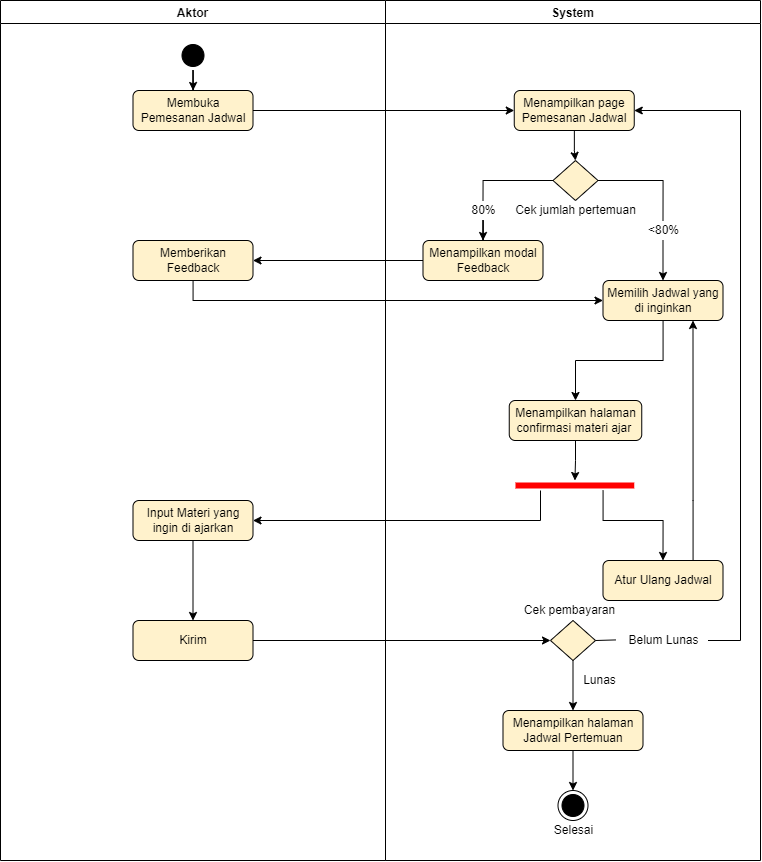
Before: Diagrams/Activity Diagram Registered/AD_PemesananJadwal.png, a diagram exported from draw.io (Zkavolo/Classico-Project). Source tidied: cells renumbered, new cells last; positions are measured from the earlier drawing's top-left corner, leaving out a move shared by most shapes. Source of this version:
```xml
<mxGraphModel>
  <root>
    <mxCell id="0" />
    <mxCell id="1" parent="0" />
    <mxCell id="2" value="System" style="swimlane;" parent="1" vertex="1">
      <mxGeometry x="385" width="375" height="860" as="geometry" />
    </mxCell>
    <mxCell id="3" style="edgeStyle=orthogonalEdgeStyle;rounded=0;jettySize=auto;html=1;" parent="2" edge="1" source="4" target="7">
      <mxGeometry relative="1" as="geometry" />
    </mxCell>
    <mxCell id="4" value="Menampilkan page Pemesanan Jadwal" style="rounded=1;whiteSpace=wrap;html=1;strokeColor=default;fillColor=#fff2cc;" parent="2" vertex="1">
      <mxGeometry x="128.8" y="90" width="120" height="40" as="geometry" />
    </mxCell>
    <mxCell id="5" style="edgeStyle=orthogonalEdgeStyle;rounded=0;jettySize=auto;html=1;entryX=0.5;entryY=0;entryDx=0;entryDy=0;startArrow=none;" parent="2" edge="1" source="10" target="9">
      <mxGeometry relative="1" as="geometry" />
    </mxCell>
    <mxCell id="6" style="edgeStyle=orthogonalEdgeStyle;rounded=0;jettySize=auto;html=1;entryX=0.5;entryY=0;entryDx=0;entryDy=0;startArrow=none;" parent="2" edge="1" source="14" target="13">
      <mxGeometry relative="1" as="geometry" />
    </mxCell>
    <mxCell id="7" style="rhombus;whiteSpace=wrap;html=1;strokeColor=default;fillColor=#fff2cc;" parent="2" vertex="1">
      <mxGeometry x="167.5" y="160" width="45" height="40" as="geometry" />
    </mxCell>
    <mxCell id="8" value="Cek jumlah pertemuan" style="text;html=1;align=center;verticalAlign=middle;strokeColor=none;fillColor=none;" parent="2" vertex="1">
      <mxGeometry x="120" y="200" width="140" height="20" as="geometry" />
    </mxCell>
    <mxCell id="9" value="Menampilkan modal Feedback" style="rounded=1;whiteSpace=wrap;html=1;strokeColor=default;fillColor=#fff2cc;" parent="2" vertex="1">
      <mxGeometry x="37.5" y="240" width="120" height="40" as="geometry" />
    </mxCell>
    <mxCell id="10" value="80%" style="text;html=1;align=center;verticalAlign=middle;points=[];strokeColor=none;fillColor=none;" parent="2" vertex="1">
      <mxGeometry x="77.5" y="200" width="40" height="20" as="geometry" />
    </mxCell>
    <mxCell id="11" style="edgeStyle=orthogonalEdgeStyle;rounded=0;jettySize=auto;html=1;entryX=0.5;entryY=0;entryDx=0;entryDy=0;endArrow=none;" parent="2" edge="1" source="7" target="10">
      <mxGeometry relative="1" as="geometry" />
    </mxCell>
    <mxCell id="12" style="edgeStyle=orthogonalEdgeStyle;rounded=0;jettySize=auto;html=1;" parent="2" edge="1" source="13" target="17">
      <mxGeometry relative="1" as="geometry" />
    </mxCell>
    <mxCell id="13" value="Memilih Jadwal yang di inginkan" style="rounded=1;whiteSpace=wrap;html=1;strokeColor=default;fillColor=#fff2cc;" parent="2" vertex="1">
      <mxGeometry x="217.5" y="280" width="120" height="40" as="geometry" />
    </mxCell>
    <mxCell id="14" value="&amp;lt;80%" style="text;html=1;align=center;verticalAlign=middle;points=[];strokeColor=none;fillColor=none;" parent="2" vertex="1">
      <mxGeometry x="252.5" y="220" width="50" height="20" as="geometry" />
    </mxCell>
    <mxCell id="15" style="edgeStyle=orthogonalEdgeStyle;rounded=0;jettySize=auto;html=1;entryX=0.5;entryY=0;entryDx=0;entryDy=0;endArrow=none;" parent="2" edge="1" source="7" target="14">
      <mxGeometry relative="1" as="geometry" />
    </mxCell>
    <mxCell id="16" style="edgeStyle=orthogonalEdgeStyle;rounded=0;jettySize=auto;html=1;" parent="2" edge="1" source="17" target="19">
      <mxGeometry relative="1" as="geometry" />
    </mxCell>
    <mxCell id="17" value="Menampilkan halaman confirmasi materi ajar&amp;nbsp;" style="rounded=1;whiteSpace=wrap;html=1;strokeColor=default;fillColor=#fff2cc;" parent="2" vertex="1">
      <mxGeometry x="123.8" y="400" width="132.5" height="40" as="geometry" />
    </mxCell>
    <mxCell id="18" style="edgeStyle=orthogonalEdgeStyle;rounded=0;jettySize=auto;html=1;entryX=0.5;entryY=0;entryDx=0;entryDy=0;" parent="2" edge="1" source="19" target="21">
      <mxGeometry relative="1" as="geometry">
        <Array as="points">
          <mxPoint x="217.5" y="520" />
          <mxPoint x="277.5" y="520" />
        </Array>
      </mxGeometry>
    </mxCell>
    <mxCell id="19" style="shape=line;html=1;strokeWidth=6;strokeColor=#ff0000;" parent="2" vertex="1">
      <mxGeometry x="130" y="480" width="118.8" height="10" as="geometry" />
    </mxCell>
    <mxCell id="20" style="edgeStyle=orthogonalEdgeStyle;rounded=0;jettySize=auto;html=1;entryX=0.75;entryY=1;entryDx=0;entryDy=0;" parent="2" edge="1" source="21" target="13">
      <mxGeometry relative="1" as="geometry">
        <Array as="points">
          <mxPoint x="307.5" y="500" />
          <mxPoint x="307.5" y="500" />
        </Array>
      </mxGeometry>
    </mxCell>
    <mxCell id="21" value="Atur Ulang Jadwal" style="rounded=1;whiteSpace=wrap;html=1;strokeColor=default;fillColor=#fff2cc;" parent="2" vertex="1">
      <mxGeometry x="217.5" y="560" width="120" height="40" as="geometry" />
    </mxCell>
    <mxCell id="22" style="edgeStyle=orthogonalEdgeStyle;rounded=0;jettySize=auto;html=1;entryX=1;entryY=0.5;entryDx=0;entryDy=0;startArrow=none;" parent="2" edge="1" source="26" target="4">
      <mxGeometry relative="1" as="geometry">
        <Array as="points">
          <mxPoint x="355" y="640" />
          <mxPoint x="355" y="110" />
        </Array>
      </mxGeometry>
    </mxCell>
    <mxCell id="23" style="edgeStyle=orthogonalEdgeStyle;rounded=0;jettySize=auto;html=1;" parent="2" edge="1" source="24" target="29">
      <mxGeometry relative="1" as="geometry" />
    </mxCell>
    <mxCell id="24" style="rhombus;whiteSpace=wrap;html=1;strokeColor=default;fillColor=#fff2cc;" parent="2" vertex="1">
      <mxGeometry x="165" y="620" width="45" height="40" as="geometry" />
    </mxCell>
    <mxCell id="25" value="Cek pembayaran" style="text;html=1;align=center;verticalAlign=middle;strokeColor=none;fillColor=none;" parent="2" vertex="1">
      <mxGeometry x="128.8" y="600" width="110" height="20" as="geometry" />
    </mxCell>
    <mxCell id="26" value="Belum Lunas" style="text;html=1;align=center;verticalAlign=middle;points=[];strokeColor=none;fillColor=none;" parent="2" vertex="1">
      <mxGeometry x="232.5" y="630" width="90" height="20" as="geometry" />
    </mxCell>
    <mxCell id="27" style="endArrow=none;html=1;rounded=0;exitX=1;exitY=0.5;exitDx=0;exitDy=0;entryX=-0.023;entryY=0.471;entryDx=0;entryDy=0;entryPerimeter=0;" parent="2" edge="1" source="24" target="26">
      <mxGeometry relative="1" as="geometry" />
    </mxCell>
    <mxCell id="28" style="edgeStyle=orthogonalEdgeStyle;rounded=0;jettySize=auto;html=1;entryX=0.5;entryY=0;entryDx=0;entryDy=0;" parent="2" edge="1" source="29" target="30">
      <mxGeometry relative="1" as="geometry" />
    </mxCell>
    <mxCell id="29" value="Menampilkan halaman Jadwal Pertemuan" style="rounded=1;whiteSpace=wrap;html=1;strokeColor=default;fillColor=#fff2cc;" parent="2" vertex="1">
      <mxGeometry x="117.5" y="710" width="140" height="40" as="geometry" />
    </mxCell>
    <mxCell id="30" style="ellipse;html=1;shape=endState;fillColor=#000000;strokeColor=default;" parent="2" vertex="1">
      <mxGeometry x="172.5" y="790" width="30" height="30" as="geometry" />
    </mxCell>
    <mxCell id="31" value="Selesai" style="text;html=1;align=center;verticalAlign=middle;strokeColor=none;fillColor=none;" parent="2" vertex="1">
      <mxGeometry x="162.5" y="820" width="50" height="20" as="geometry" />
    </mxCell>
    <mxCell id="32" value="Lunas" style="text;html=1;align=center;verticalAlign=middle;strokeColor=none;fillColor=none;" parent="2" vertex="1">
      <mxGeometry x="188.8" y="670" width="50" height="20" as="geometry" />
    </mxCell>
    <mxCell id="33" value="Aktor" style="swimlane;" parent="1" vertex="1">
      <mxGeometry width="385" height="860" as="geometry" />
    </mxCell>
    <mxCell id="34" style="edgeStyle=orthogonalEdgeStyle;rounded=0;jettySize=auto;html=1;" parent="33" edge="1" source="35" target="36">
      <mxGeometry relative="1" as="geometry" />
    </mxCell>
    <mxCell id="35" style="ellipse;html=1;shape=startState;fillColor=#000000;strokeColor=default;" parent="33" vertex="1">
      <mxGeometry x="177.5" y="40" width="30" height="30" as="geometry" />
    </mxCell>
    <mxCell id="36" value="Membuka Pemesanan Jadwal" style="rounded=1;whiteSpace=wrap;html=1;strokeColor=default;fillColor=#fff2cc;" parent="33" vertex="1">
      <mxGeometry x="132.5" y="90" width="120" height="40" as="geometry" />
    </mxCell>
    <mxCell id="37" value="Memberikan Feedback" style="rounded=1;whiteSpace=wrap;html=1;strokeColor=default;fillColor=#fff2cc;" parent="33" vertex="1">
      <mxGeometry x="132.5" y="240" width="120" height="40" as="geometry" />
    </mxCell>
    <mxCell id="38" style="edgeStyle=orthogonalEdgeStyle;rounded=0;jettySize=auto;html=1;" parent="33" edge="1" source="39" target="40">
      <mxGeometry relative="1" as="geometry" />
    </mxCell>
    <mxCell id="39" value="Input Materi yang ingin di ajarkan" style="rounded=1;whiteSpace=wrap;html=1;strokeColor=default;fillColor=#fff2cc;" parent="33" vertex="1">
      <mxGeometry x="132.5" y="500" width="120" height="40" as="geometry" />
    </mxCell>
    <mxCell id="40" value="Kirim" style="rounded=1;whiteSpace=wrap;html=1;strokeColor=default;fillColor=#fff2cc;" parent="33" vertex="1">
      <mxGeometry x="132.5" y="620" width="120" height="40" as="geometry" />
    </mxCell>
    <mxCell id="41" style="edgeStyle=orthogonalEdgeStyle;rounded=0;jettySize=auto;html=1;entryX=0;entryY=0.5;entryDx=0;entryDy=0;" parent="1" edge="1" source="36" target="4">
      <mxGeometry relative="1" as="geometry" />
    </mxCell>
    <mxCell id="42" style="edgeStyle=orthogonalEdgeStyle;rounded=0;jettySize=auto;html=1;entryX=1;entryY=0.5;entryDx=0;entryDy=0;" parent="1" edge="1" source="9" target="37">
      <mxGeometry relative="1" as="geometry" />
    </mxCell>
    <mxCell id="43" style="edgeStyle=orthogonalEdgeStyle;rounded=0;jettySize=auto;html=1;" parent="1" edge="1" source="37" target="13">
      <mxGeometry relative="1" as="geometry">
        <Array as="points">
          <mxPoint x="193" y="300" />
        </Array>
      </mxGeometry>
    </mxCell>
    <mxCell id="44" style="edgeStyle=orthogonalEdgeStyle;rounded=0;jettySize=auto;html=1;entryX=1;entryY=0.5;entryDx=0;entryDy=0;" parent="1" edge="1" source="19" target="39">
      <mxGeometry relative="1" as="geometry">
        <Array as="points">
          <mxPoint x="540" y="520" />
        </Array>
      </mxGeometry>
    </mxCell>
    <mxCell id="45" style="edgeStyle=orthogonalEdgeStyle;rounded=0;jettySize=auto;html=1;entryX=0;entryY=0.5;entryDx=0;entryDy=0;" parent="1" edge="1" source="40" target="24">
      <mxGeometry relative="1" as="geometry" />
    </mxCell>
  </root>
</mxGraphModel>
```
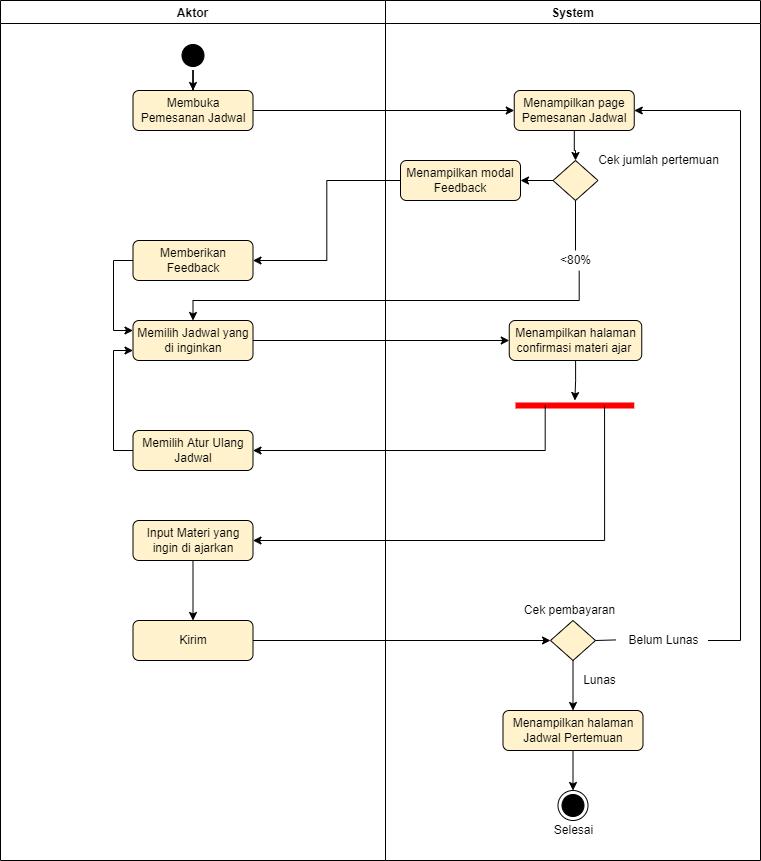
Above is the later version.

Diff of the diagram source:
```diff
@@ -11,67 +11,33 @@
     <mxCell id="4" value="Menampilkan page Pemesanan Jadwal" style="rounded=1;whiteSpace=wrap;html=1;strokeColor=default;fillColor=#fff2cc;" parent="2" vertex="1">
       <mxGeometry x="128.8" y="90" width="120" height="40" as="geometry" />
     </mxCell>
-    <mxCell id="5" style="edgeStyle=orthogonalEdgeStyle;rounded=0;jettySize=auto;html=1;entryX=0.5;entryY=0;entryDx=0;entryDy=0;startArrow=none;" parent="2" edge="1" source="10" target="9">
-      <mxGeometry relative="1" as="geometry" />
-    </mxCell>
-    <mxCell id="6" style="edgeStyle=orthogonalEdgeStyle;rounded=0;jettySize=auto;html=1;entryX=0.5;entryY=0;entryDx=0;entryDy=0;startArrow=none;" parent="2" edge="1" source="14" target="13">
-      <mxGeometry relative="1" as="geometry" />
-    </mxCell>
+    <mxCell id="46" style="edgeStyle=orthogonalEdgeStyle;rounded=0;jettySize=auto;html=1;" parent="2" edge="1" source="7" target="9">
+      <mxGeometry relative="1" as="geometry" />
+    </mxCell>
     <mxCell id="7" style="rhombus;whiteSpace=wrap;html=1;strokeColor=default;fillColor=#fff2cc;" parent="2" vertex="1">
       <mxGeometry x="167.5" y="160" width="45" height="40" as="geometry" />
     </mxCell>
     <mxCell id="8" value="Cek jumlah pertemuan" style="text;html=1;align=center;verticalAlign=middle;strokeColor=none;fillColor=none;" parent="2" vertex="1">
-      <mxGeometry x="120" y="200" width="140" height="20" as="geometry" />
+      <mxGeometry x="202.5" y="150" width="140" height="20" as="geometry" />
     </mxCell>
     <mxCell id="9" value="Menampilkan modal Feedback" style="rounded=1;whiteSpace=wrap;html=1;strokeColor=default;fillColor=#fff2cc;" parent="2" vertex="1">
-      <mxGeometry x="37.5" y="240" width="120" height="40" as="geometry" />
+      <mxGeometry x="15" y="160" width="120" height="40" as="geometry" />
     </mxCell>
-    <mxCell id="10" value="80%" style="text;html=1;align=center;verticalAlign=middle;points=[];strokeColor=none;fillColor=none;" parent="2" vertex="1">
-      <mxGeometry x="77.5" y="200" width="40" height="20" as="geometry" />
-    </mxCell>
-    <mxCell id="11" style="edgeStyle=orthogonalEdgeStyle;rounded=0;jettySize=auto;html=1;entryX=0.5;entryY=0;entryDx=0;entryDy=0;endArrow=none;" parent="2" edge="1" source="7" target="10">
-      <mxGeometry relative="1" as="geometry" />
-    </mxCell>
-    <mxCell id="12" style="edgeStyle=orthogonalEdgeStyle;rounded=0;jettySize=auto;html=1;" parent="2" edge="1" source="13" target="17">
-      <mxGeometry relative="1" as="geometry" />
-    </mxCell>
-    <mxCell id="13" value="Memilih Jadwal yang di inginkan" style="rounded=1;whiteSpace=wrap;html=1;strokeColor=default;fillColor=#fff2cc;" parent="2" vertex="1">
-      <mxGeometry x="217.5" y="280" width="120" height="40" as="geometry" />
-    </mxCell>
     <mxCell id="14" value="&amp;lt;80%" style="text;html=1;align=center;verticalAlign=middle;points=[];strokeColor=none;fillColor=none;" parent="2" vertex="1">
-      <mxGeometry x="252.5" y="220" width="50" height="20" as="geometry" />
+      <mxGeometry x="165" y="250" width="50" height="20" as="geometry" />
     </mxCell>
-    <mxCell id="15" style="edgeStyle=orthogonalEdgeStyle;rounded=0;jettySize=auto;html=1;entryX=0.5;entryY=0;entryDx=0;entryDy=0;endArrow=none;" parent="2" edge="1" source="7" target="14">
+    <mxCell id="15" style="edgeStyle=orthogonalEdgeStyle;rounded=0;jettySize=auto;html=1;entryX=0.5;entryY=0;entryDx=0;entryDy=0;endArrow=none;exitX=0.5;exitY=1;exitDx=0;exitDy=0;" parent="2" edge="1" source="7" target="14">
       <mxGeometry relative="1" as="geometry" />
     </mxCell>
     <mxCell id="16" style="edgeStyle=orthogonalEdgeStyle;rounded=0;jettySize=auto;html=1;" parent="2" edge="1" source="17" target="19">
       <mxGeometry relative="1" as="geometry" />
     </mxCell>
     <mxCell id="17" value="Menampilkan halaman confirmasi materi ajar&amp;nbsp;" style="rounded=1;whiteSpace=wrap;html=1;strokeColor=default;fillColor=#fff2cc;" parent="2" vertex="1">
-      <mxGeometry x="123.8" y="400" width="132.5" height="40" as="geometry" />
+      <mxGeometry x="123.8" y="320" width="132.5" height="40" as="geometry" />
     </mxCell>
-    <mxCell id="18" style="edgeStyle=orthogonalEdgeStyle;rounded=0;jettySize=auto;html=1;entryX=0.5;entryY=0;entryDx=0;entryDy=0;" parent="2" edge="1" source="19" target="21">
-      <mxGeometry relative="1" as="geometry">
-        <Array as="points">
-          <mxPoint x="217.5" y="520" />
-          <mxPoint x="277.5" y="520" />
-        </Array>
-      </mxGeometry>
-    </mxCell>
     <mxCell id="19" style="shape=line;html=1;strokeWidth=6;strokeColor=#ff0000;" parent="2" vertex="1">
-      <mxGeometry x="130" y="480" width="118.8" height="10" as="geometry" />
+      <mxGeometry x="130" y="400" width="118.8" height="10" as="geometry" />
     </mxCell>
-    <mxCell id="20" style="edgeStyle=orthogonalEdgeStyle;rounded=0;jettySize=auto;html=1;entryX=0.75;entryY=1;entryDx=0;entryDy=0;" parent="2" edge="1" source="21" target="13">
-      <mxGeometry relative="1" as="geometry">
-        <Array as="points">
-          <mxPoint x="307.5" y="500" />
-          <mxPoint x="307.5" y="500" />
-        </Array>
-      </mxGeometry>
-    </mxCell>
-    <mxCell id="21" value="Atur Ulang Jadwal" style="rounded=1;whiteSpace=wrap;html=1;strokeColor=default;fillColor=#fff2cc;" parent="2" vertex="1">
-      <mxGeometry x="217.5" y="560" width="120" height="40" as="geometry" />
-    </mxCell>
     <mxCell id="22" style="edgeStyle=orthogonalEdgeStyle;rounded=0;jettySize=auto;html=1;entryX=1;entryY=0.5;entryDx=0;entryDy=0;startArrow=none;" parent="2" edge="1" source="26" target="4">
       <mxGeometry relative="1" as="geometry">
         <Array as="points">
@@ -122,6 +88,14 @@
     <mxCell id="36" value="Membuka Pemesanan Jadwal" style="rounded=1;whiteSpace=wrap;html=1;strokeColor=default;fillColor=#fff2cc;" parent="33" vertex="1">
       <mxGeometry x="132.5" y="90" width="120" height="40" as="geometry" />
     </mxCell>
+    <mxCell id="43" style="edgeStyle=orthogonalEdgeStyle;rounded=0;jettySize=auto;html=1;entryX=0;entryY=0.25;entryDx=0;entryDy=0;" parent="33" edge="1" source="37" target="13">
+      <mxGeometry relative="1" as="geometry">
+        <Array as="points">
+          <mxPoint x="113" y="260" />
+          <mxPoint x="113" y="330" />
+        </Array>
+      </mxGeometry>
+    </mxCell>
     <mxCell id="37" value="Memberikan Feedback" style="rounded=1;whiteSpace=wrap;html=1;strokeColor=default;fillColor=#fff2cc;" parent="33" vertex="1">
       <mxGeometry x="132.5" y="240" width="120" height="40" as="geometry" />
     </mxCell>
@@ -129,33 +103,58 @@
       <mxGeometry relative="1" as="geometry" />
     </mxCell>
     <mxCell id="39" value="Input Materi yang ingin di ajarkan" style="rounded=1;whiteSpace=wrap;html=1;strokeColor=default;fillColor=#fff2cc;" parent="33" vertex="1">
-      <mxGeometry x="132.5" y="500" width="120" height="40" as="geometry" />
+      <mxGeometry x="132.5" y="520" width="120" height="40" as="geometry" />
     </mxCell>
     <mxCell id="40" value="Kirim" style="rounded=1;whiteSpace=wrap;html=1;strokeColor=default;fillColor=#fff2cc;" parent="33" vertex="1">
       <mxGeometry x="132.5" y="620" width="120" height="40" as="geometry" />
     </mxCell>
+    <mxCell id="13" value="Memilih Jadwal yang di inginkan" style="rounded=1;whiteSpace=wrap;html=1;strokeColor=default;fillColor=#fff2cc;" parent="33" vertex="1">
+      <mxGeometry x="132.5" y="320" width="120" height="40" as="geometry" />
+    </mxCell>
+    <mxCell id="20" style="edgeStyle=orthogonalEdgeStyle;rounded=0;jettySize=auto;html=1;entryX=0;entryY=0.75;entryDx=0;entryDy=0;" parent="33" edge="1" source="21" target="13">
+      <mxGeometry relative="1" as="geometry">
+        <Array as="points">
+          <mxPoint x="113" y="450" />
+          <mxPoint x="113" y="350" />
+        </Array>
+      </mxGeometry>
+    </mxCell>
+    <mxCell id="21" value="Memilih Atur Ulang Jadwal" style="rounded=1;whiteSpace=wrap;html=1;strokeColor=default;fillColor=#fff2cc;" parent="33" vertex="1">
+      <mxGeometry x="132.5" y="430" width="120" height="40" as="geometry" />
+    </mxCell>
     <mxCell id="41" style="edgeStyle=orthogonalEdgeStyle;rounded=0;jettySize=auto;html=1;entryX=0;entryY=0.5;entryDx=0;entryDy=0;" parent="1" edge="1" source="36" target="4">
       <mxGeometry relative="1" as="geometry" />
     </mxCell>
     <mxCell id="42" style="edgeStyle=orthogonalEdgeStyle;rounded=0;jettySize=auto;html=1;entryX=1;entryY=0.5;entryDx=0;entryDy=0;" parent="1" edge="1" source="9" target="37">
       <mxGeometry relative="1" as="geometry" />
     </mxCell>
-    <mxCell id="43" style="edgeStyle=orthogonalEdgeStyle;rounded=0;jettySize=auto;html=1;" parent="1" edge="1" source="37" target="13">
-      <mxGeometry relative="1" as="geometry">
-        <Array as="points">
-          <mxPoint x="193" y="300" />
-        </Array>
-      </mxGeometry>
-    </mxCell>
+    <mxCell id="45" style="edgeStyle=orthogonalEdgeStyle;rounded=0;jettySize=auto;html=1;entryX=0;entryY=0.5;entryDx=0;entryDy=0;" parent="1" edge="1" source="40" target="24">
+      <mxGeometry relative="1" as="geometry" />
+    </mxCell>
+    <mxCell id="6" style="edgeStyle=orthogonalEdgeStyle;rounded=0;jettySize=auto;html=1;entryX=0.5;entryY=0;entryDx=0;entryDy=0;startArrow=none;exitX=0.574;exitY=1.014;exitDx=0;exitDy=0;exitPerimeter=0;" parent="1" edge="1" source="14" target="13">
+      <mxGeometry relative="1" as="geometry">
+        <Array as="points">
+          <mxPoint x="579" y="300" />
+          <mxPoint x="193" y="300" />
+        </Array>
+      </mxGeometry>
+    </mxCell>
+    <mxCell id="12" style="edgeStyle=orthogonalEdgeStyle;rounded=0;jettySize=auto;html=1;" parent="1" edge="1" source="13" target="17">
+      <mxGeometry relative="1" as="geometry" />
+    </mxCell>
-    <mxCell id="44" style="edgeStyle=orthogonalEdgeStyle;rounded=0;jettySize=auto;html=1;entryX=1;entryY=0.5;entryDx=0;entryDy=0;" parent="1" edge="1" source="19" target="39">
+    <mxCell id="44" style="edgeStyle=orthogonalEdgeStyle;rounded=0;jettySize=auto;html=1;entryX=1;entryY=0.5;entryDx=0;entryDy=0;exitX=0.75;exitY=0.5;exitDx=0;exitDy=0;exitPerimeter=0;" parent="1" edge="1" source="19" target="39">
       <mxGeometry relative="1" as="geometry">
         <Array as="points">
-          <mxPoint x="540" y="520" />
+          <mxPoint x="604" y="540" />
         </Array>
       </mxGeometry>
     </mxCell>
-    <mxCell id="45" style="edgeStyle=orthogonalEdgeStyle;rounded=0;jettySize=auto;html=1;entryX=0;entryY=0.5;entryDx=0;entryDy=0;" parent="1" edge="1" source="40" target="24">
-      <mxGeometry relative="1" as="geometry" />
-    </mxCell>
+    <mxCell id="18" style="edgeStyle=orthogonalEdgeStyle;rounded=0;jettySize=auto;html=1;entryX=1;entryY=0.5;entryDx=0;entryDy=0;exitX=0.25;exitY=0.5;exitDx=0;exitDy=0;exitPerimeter=0;" parent="1" edge="1" source="19" target="21">
+      <mxGeometry relative="1" as="geometry">
+        <Array as="points">
+          <mxPoint x="545" y="450" />
+        </Array>
+      </mxGeometry>
+    </mxCell>
   </root>
 </mxGraphModel>
```
